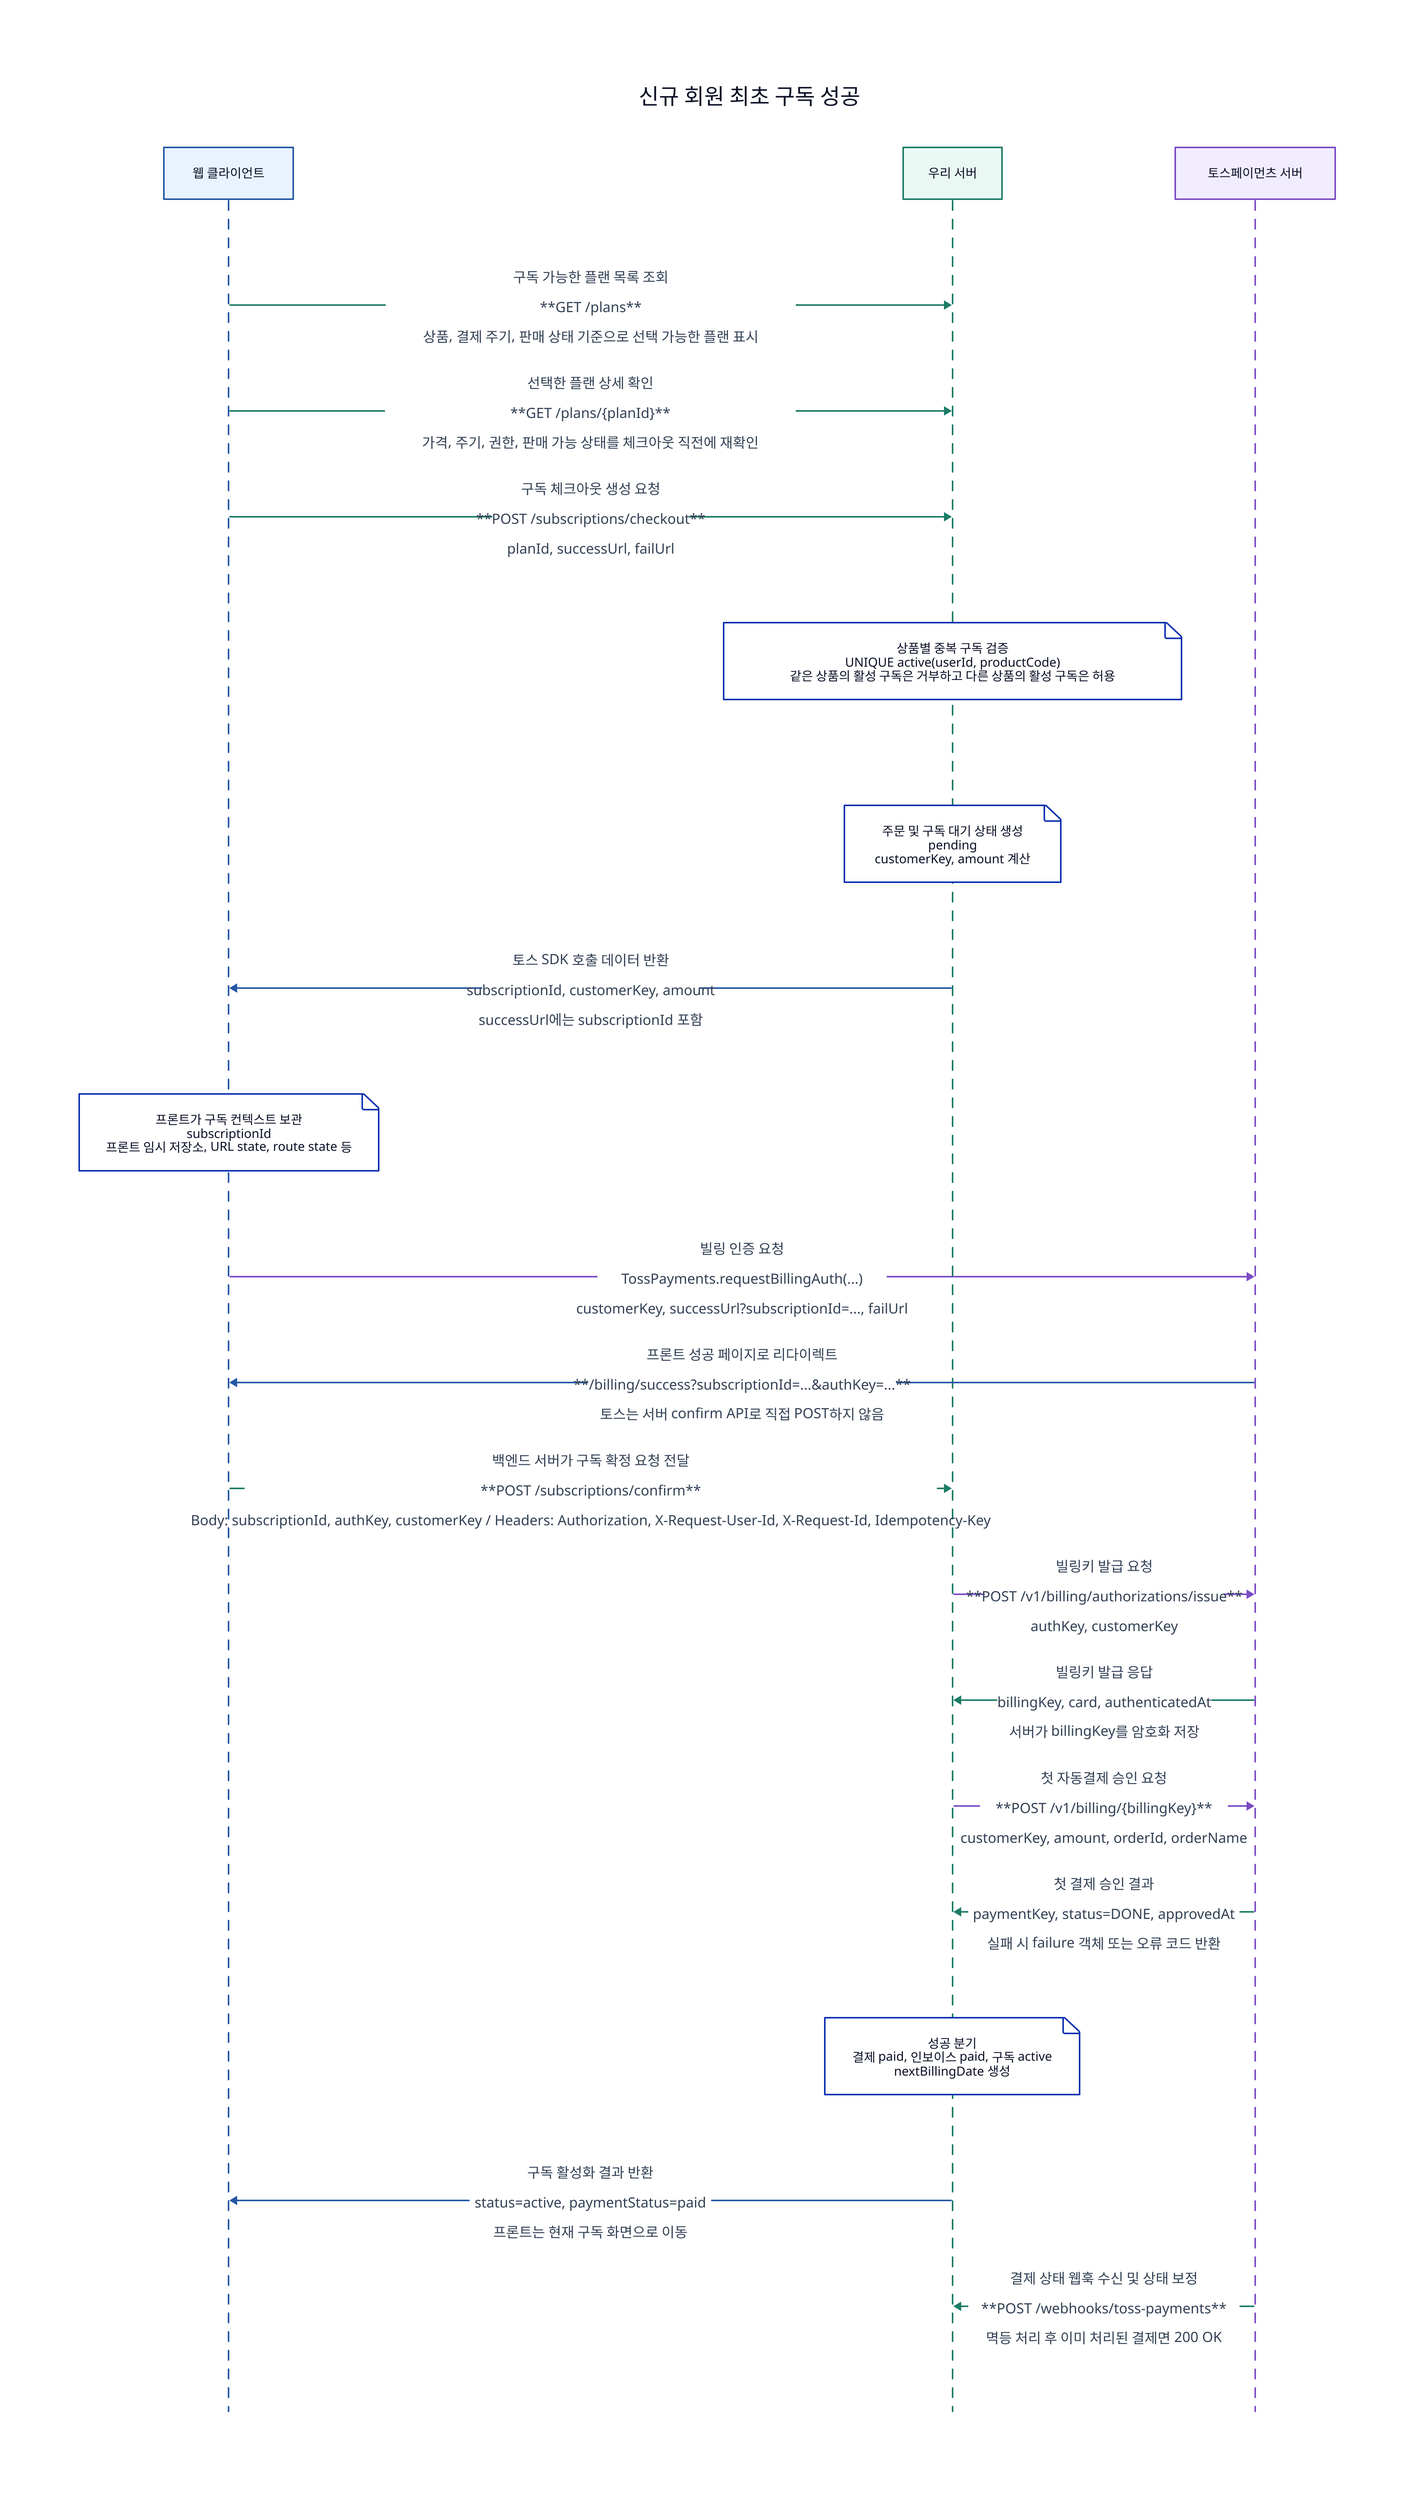
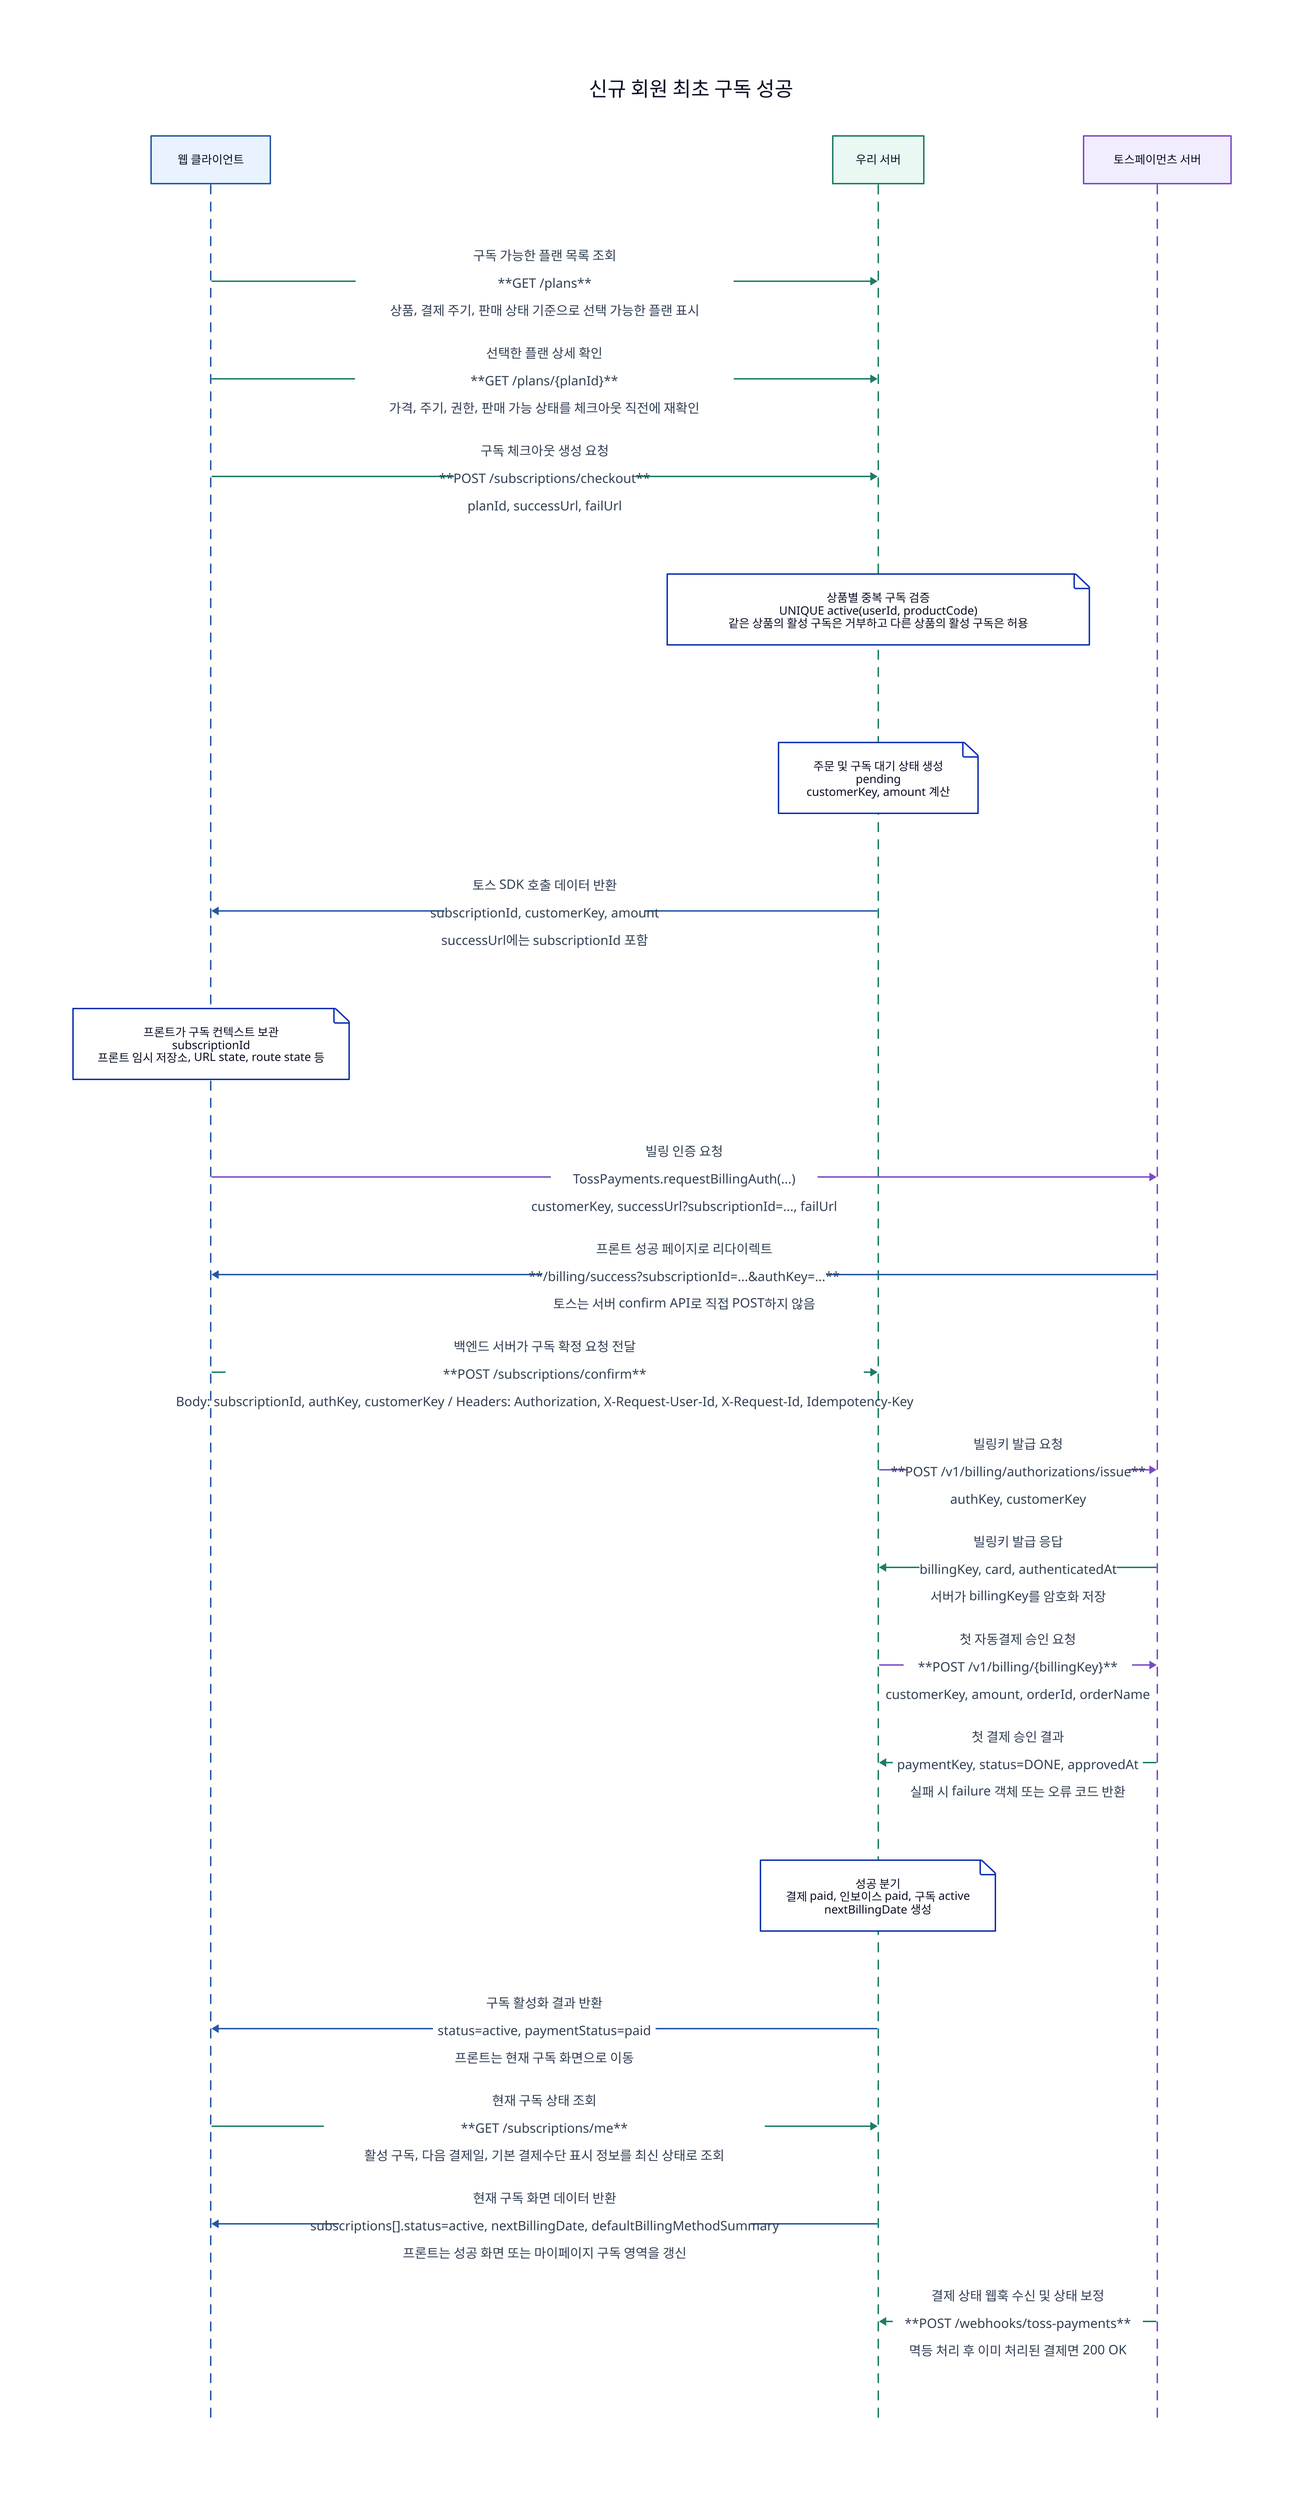
diagram: {
  shape: sequence_diagram
  label: "신규 회원 최초 구독 성공"

  client: "웹 클라이언트"
  client.style.fill: "#e8f3ff"
  client.style.stroke: "#2457a6"
  server: "우리 서버"
  server.style.fill: "#eaf8f3"
  server.style.stroke: "#1c7c66"
  toss: "토스페이먼츠 서버"
  toss.style.fill: "#f1edff"
  toss.style.stroke: "#7b4bc4"

  client -> server: |md
구독 가능한 플랜 목록 조회

**GET /plans**

상품, 결제 주기, 판매 상태 기준으로 선택 가능한 플랜 표시
| {
    style.stroke: "#1c7c66"
    style.font-color: "#334155"
    style.font-size: 18
    style.italic: false
  }
  client -> server: |md
선택한 플랜 상세 확인

**GET /plans/{planId}**

가격, 주기, 권한, 판매 가능 상태를 체크아웃 직전에 재확인
| {
    style.stroke: "#1c7c66"
    style.font-color: "#334155"
    style.font-size: 18
    style.italic: false
  }
  client -> server: |md
구독 체크아웃 생성 요청

**POST /subscriptions/checkout**

planId, successUrl, failUrl
| {
    style.stroke: "#1c7c66"
    style.font-color: "#334155"
    style.font-size: 18
    style.italic: false
  }
  server.note_4: "상품별 중복 구독 검증\nUNIQUE active(userId, productCode)\n같은 상품의 활성 구독은 거부하고 다른 상품의 활성 구독은 허용"
  server.note_5: "주문 및 구독 대기 상태 생성\npending\ncustomerKey, amount 계산"
  server -> client: |md
토스 SDK 호출 데이터 반환

subscriptionId, customerKey, amount

successUrl에는 subscriptionId 포함
| {
    style.stroke: "#2457a6"
    style.font-color: "#334155"
    style.font-size: 18
    style.italic: false
  }
  client.note_7: "프론트가 구독 컨텍스트 보관\nsubscriptionId\n프론트 임시 저장소, URL state, route state 등"
  client -> toss: |md
빌링 인증 요청

TossPayments.requestBillingAuth(...)

customerKey, successUrl?subscriptionId=..., failUrl
| {
    style.stroke: "#7b4bc4"
    style.font-color: "#334155"
    style.font-size: 18
    style.italic: false
  }
  toss -> client: |md
프론트 성공 페이지로 리다이렉트

**/billing/success?subscriptionId=...&authKey=...**

토스는 서버 confirm API로 직접 POST하지 않음
| {
    style.stroke: "#2457a6"
    style.font-color: "#334155"
    style.font-size: 18
    style.italic: false
  }
  client -> server: |md
백엔드 서버가 구독 확정 요청 전달

**POST /subscriptions/confirm**

Body: subscriptionId, authKey, customerKey / Headers: Authorization, X-Request-User-Id, X-Request-Id, Idempotency-Key
| {
    style.stroke: "#1c7c66"
    style.font-color: "#334155"
    style.font-size: 18
    style.italic: false
  }
  server -> toss: |md
빌링키 발급 요청

**POST /v1/billing/authorizations/issue**

authKey, customerKey
| {
    style.stroke: "#7b4bc4"
    style.font-color: "#334155"
    style.font-size: 18
    style.italic: false
  }
  toss -> server: |md
빌링키 발급 응답

billingKey, card, authenticatedAt

서버가 billingKey를 암호화 저장
| {
    style.stroke: "#1c7c66"
    style.font-color: "#334155"
    style.font-size: 18
    style.italic: false
  }
  server -> toss: |md
첫 자동결제 승인 요청

**POST /v1/billing/{billingKey}**

customerKey, amount, orderId, orderName
| {
    style.stroke: "#7b4bc4"
    style.font-color: "#334155"
    style.font-size: 18
    style.italic: false
  }
  toss -> server: |md
첫 결제 승인 결과

paymentKey, status=DONE, approvedAt

실패 시 failure 객체 또는 오류 코드 반환
| {
    style.stroke: "#1c7c66"
    style.font-color: "#334155"
    style.font-size: 18
    style.italic: false
  }
  server.note_15: "성공 분기\n결제 paid, 인보이스 paid, 구독 active\nnextBillingDate 생성"
  server -> client: |md
구독 활성화 결과 반환

status=active, paymentStatus=paid

프론트는 현재 구독 화면으로 이동
| {
    style.stroke: "#2457a6"
    style.font-color: "#334155"
    style.font-size: 18
    style.italic: false
  }
+   client -> server: |md
+ 현재 구독 상태 조회
+ 
+ **GET /subscriptions/me**
+ 
+ 활성 구독, 다음 결제일, 기본 결제수단 표시 정보를 최신 상태로 조회
+ | {
+     style.stroke: "#1c7c66"
+     style.font-color: "#334155"
+     style.font-size: 18
+     style.italic: false
+   }
+   server -> client: |md
+ 현재 구독 화면 데이터 반환
+ 
+ subscriptions[].status=active, nextBillingDate, defaultBillingMethodSummary
+ 
+ 프론트는 성공 화면 또는 마이페이지 구독 영역을 갱신
+ | {
+     style.stroke: "#2457a6"
+     style.font-color: "#334155"
+     style.font-size: 18
+     style.italic: false
+   }
  toss -> server: |md
결제 상태 웹훅 수신 및 상태 보정

**POST /webhooks/toss-payments**

멱등 처리 후 이미 처리된 결제면 200 OK
| {
    style.stroke: "#1c7c66"
    style.font-color: "#334155"
    style.font-size: 18
    style.italic: false
  }
}
